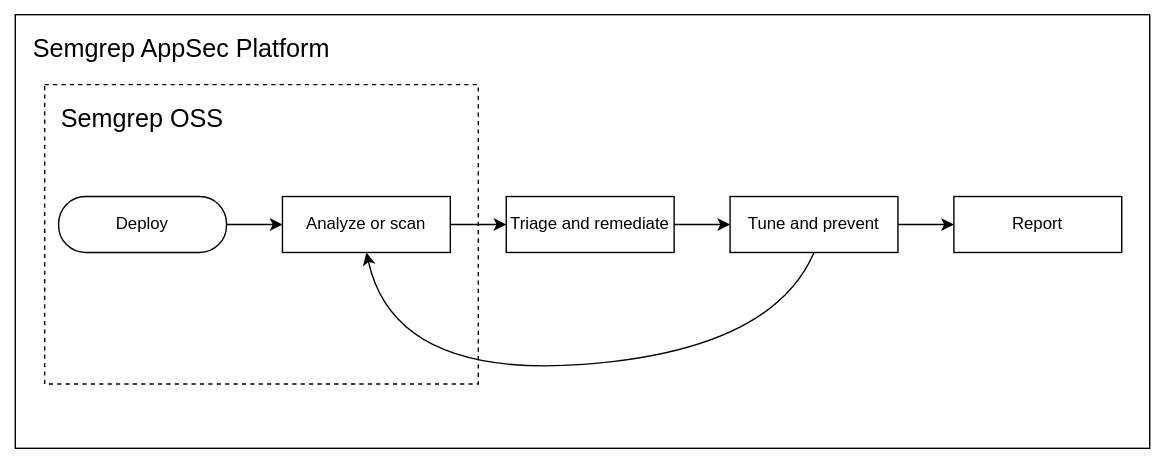
Above: static/img/security-program-workflows.svg in semgrep/semgrep-docs (draw.io), before the change. Source tidied: cells renumbered, new cells last; positions are measured from the earlier drawing's top-left corner, leaving out a move shared by most shapes. The source it was exported from:
```xml
<mxGraphModel>
  <root>
    <mxCell id="0" />
    <mxCell id="1" parent="0" />
    <mxCell id="2" style="rounded=0;whiteSpace=wrap;html=1;fillColor=default;" parent="1" vertex="1">
      <mxGeometry width="811" height="310" as="geometry" />
    </mxCell>
    <mxCell id="3" style="rounded=0;whiteSpace=wrap;html=1;fillColor=default;dashed=1;" parent="1" vertex="1">
      <mxGeometry x="21" y="50" width="310" height="214" as="geometry" />
    </mxCell>
    <mxCell id="4" style="edgeStyle=orthogonalEdgeStyle;rounded=0;jettySize=auto;html=1;" parent="1" edge="1" source="5" target="7">
      <mxGeometry relative="1" as="geometry" />
    </mxCell>
    <mxCell id="5" value="Deploy" style="rounded=1;whiteSpace=wrap;html=1;fontSize=12;glass=0;strokeWidth=1;shadow=0;arcSize=48;" parent="1" vertex="1">
      <mxGeometry x="31" y="130" width="120" height="40" as="geometry" />
    </mxCell>
    <mxCell id="6" style="edgeStyle=orthogonalEdgeStyle;rounded=0;jettySize=auto;html=1;" parent="1" edge="1" source="7" target="9">
      <mxGeometry relative="1" as="geometry" />
    </mxCell>
    <mxCell id="7" value="Analyze or scan" style="rounded=0;whiteSpace=wrap;html=1;fontSize=12;glass=0;strokeWidth=1;shadow=0;arcSize=48;" parent="1" vertex="1">
      <mxGeometry x="191" y="130" width="120" height="40" as="geometry" />
    </mxCell>
    <mxCell id="8" style="edgeStyle=orthogonalEdgeStyle;rounded=0;jettySize=auto;html=1;" parent="1" edge="1" source="9" target="11">
      <mxGeometry relative="1" as="geometry" />
    </mxCell>
    <mxCell id="9" value="Triage and remediate" style="rounded=0;whiteSpace=wrap;html=1;fontSize=12;glass=0;strokeWidth=1;shadow=0;arcSize=48;" parent="1" vertex="1">
      <mxGeometry x="351" y="130" width="120" height="40" as="geometry" />
    </mxCell>
    <mxCell id="10" style="edgeStyle=orthogonalEdgeStyle;rounded=0;jettySize=auto;html=1;" parent="1" edge="1" source="11" target="12">
      <mxGeometry relative="1" as="geometry" />
    </mxCell>
    <mxCell id="11" value="Tune and prevent" style="rounded=0;whiteSpace=wrap;html=1;fontSize=12;glass=0;strokeWidth=1;shadow=0;arcSize=48;" parent="1" vertex="1">
      <mxGeometry x="511" y="130" width="120" height="40" as="geometry" />
    </mxCell>
    <mxCell id="12" value="Report" style="rounded=0;whiteSpace=wrap;html=1;fontSize=12;glass=0;strokeWidth=1;shadow=0;arcSize=48;" parent="1" vertex="1">
      <mxGeometry x="671" y="130" width="120" height="40" as="geometry" />
    </mxCell>
    <mxCell id="13" style="curved=1;endArrow=classic;html=1;rounded=0;exitX=0.5;exitY=1;exitDx=0;exitDy=0;entryX=0.5;entryY=1;entryDx=0;entryDy=0;" parent="1" edge="1" source="11" target="7">
      <mxGeometry relative="1" as="geometry">
        <Array as="points">
          <mxPoint x="541" y="240" />
          <mxPoint x="271" y="260" />
        </Array>
      </mxGeometry>
    </mxCell>
    <mxCell id="14" value="Semgrep OSS" style="text;html=1;align=left;verticalAlign=middle;whiteSpace=wrap;rounded=0;fontSize=18;" parent="1" vertex="1">
      <mxGeometry x="31" y="60" width="120" height="30" as="geometry" />
    </mxCell>
    <mxCell id="15" value="Semgrep AppSec Platform" style="text;html=1;align=left;verticalAlign=middle;whiteSpace=wrap;rounded=0;fontSize=18;" parent="1" vertex="1">
      <mxGeometry x="11" y="10" width="220" height="30" as="geometry" />
    </mxCell>
  </root>
</mxGraphModel>
```
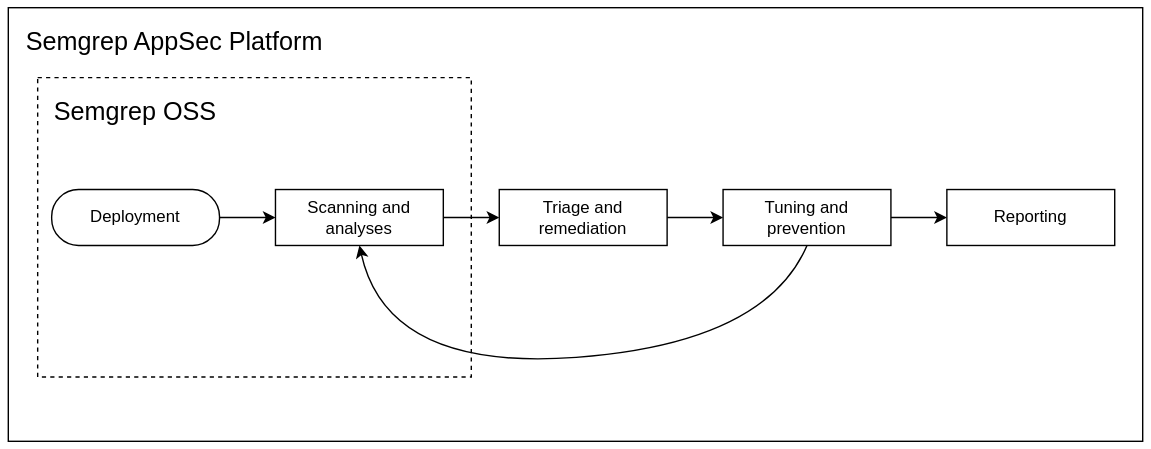
After the change.

Commit message:
the only thing left are the 10 million links

What changed in the source:
```diff
@@ -11,28 +11,28 @@
     <mxCell id="4" style="edgeStyle=orthogonalEdgeStyle;rounded=0;jettySize=auto;html=1;" parent="1" edge="1" source="5" target="7">
       <mxGeometry relative="1" as="geometry" />
     </mxCell>
-    <mxCell id="5" value="Deploy" style="rounded=1;whiteSpace=wrap;html=1;fontSize=12;glass=0;strokeWidth=1;shadow=0;arcSize=48;" parent="1" vertex="1">
+    <mxCell id="5" value="Deployment" style="rounded=1;whiteSpace=wrap;html=1;fontSize=12;glass=0;strokeWidth=1;shadow=0;arcSize=48;" parent="1" vertex="1">
       <mxGeometry x="31" y="130" width="120" height="40" as="geometry" />
     </mxCell>
     <mxCell id="6" style="edgeStyle=orthogonalEdgeStyle;rounded=0;jettySize=auto;html=1;" parent="1" edge="1" source="7" target="9">
       <mxGeometry relative="1" as="geometry" />
     </mxCell>
-    <mxCell id="7" value="Analyze or scan" style="rounded=0;whiteSpace=wrap;html=1;fontSize=12;glass=0;strokeWidth=1;shadow=0;arcSize=48;" parent="1" vertex="1">
+    <mxCell id="7" value="Scanning and analyses" style="rounded=0;whiteSpace=wrap;html=1;fontSize=12;glass=0;strokeWidth=1;shadow=0;arcSize=48;" parent="1" vertex="1">
       <mxGeometry x="191" y="130" width="120" height="40" as="geometry" />
     </mxCell>
     <mxCell id="8" style="edgeStyle=orthogonalEdgeStyle;rounded=0;jettySize=auto;html=1;" parent="1" edge="1" source="9" target="11">
       <mxGeometry relative="1" as="geometry" />
     </mxCell>
-    <mxCell id="9" value="Triage and remediate" style="rounded=0;whiteSpace=wrap;html=1;fontSize=12;glass=0;strokeWidth=1;shadow=0;arcSize=48;" parent="1" vertex="1">
+    <mxCell id="9" value="Triage and remediation" style="rounded=0;whiteSpace=wrap;html=1;fontSize=12;glass=0;strokeWidth=1;shadow=0;arcSize=48;" parent="1" vertex="1">
       <mxGeometry x="351" y="130" width="120" height="40" as="geometry" />
     </mxCell>
     <mxCell id="10" style="edgeStyle=orthogonalEdgeStyle;rounded=0;jettySize=auto;html=1;" parent="1" edge="1" source="11" target="12">
       <mxGeometry relative="1" as="geometry" />
     </mxCell>
-    <mxCell id="11" value="Tune and prevent" style="rounded=0;whiteSpace=wrap;html=1;fontSize=12;glass=0;strokeWidth=1;shadow=0;arcSize=48;" parent="1" vertex="1">
+    <mxCell id="11" value="Tuning and prevention" style="rounded=0;whiteSpace=wrap;html=1;fontSize=12;glass=0;strokeWidth=1;shadow=0;arcSize=48;" parent="1" vertex="1">
       <mxGeometry x="511" y="130" width="120" height="40" as="geometry" />
     </mxCell>
-    <mxCell id="12" value="Report" style="rounded=0;whiteSpace=wrap;html=1;fontSize=12;glass=0;strokeWidth=1;shadow=0;arcSize=48;" parent="1" vertex="1">
+    <mxCell id="12" value="Reporting" style="rounded=0;whiteSpace=wrap;html=1;fontSize=12;glass=0;strokeWidth=1;shadow=0;arcSize=48;" parent="1" vertex="1">
       <mxGeometry x="671" y="130" width="120" height="40" as="geometry" />
     </mxCell>
     <mxCell id="13" style="curved=1;endArrow=classic;html=1;rounded=0;exitX=0.5;exitY=1;exitDx=0;exitDy=0;entryX=0.5;entryY=1;entryDx=0;entryDy=0;" parent="1" edge="1" source="11" target="7">
```
